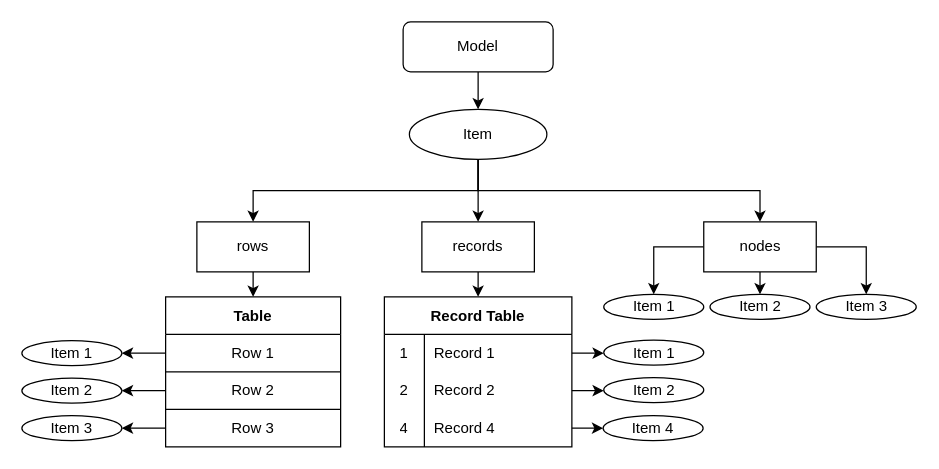
Earlier version of the draw.io diagram docs/drawio/model.drawio (SineStriker/AceTreeModel). Source tidied: cells renumbered, new cells numbered last; positions are measured from the earlier drawing's top-left corner, leaving out a move shared by most shapes. Both pictures are drawn from the tidied source at 125%, with x=0, y=0 at pixel (21, 21).
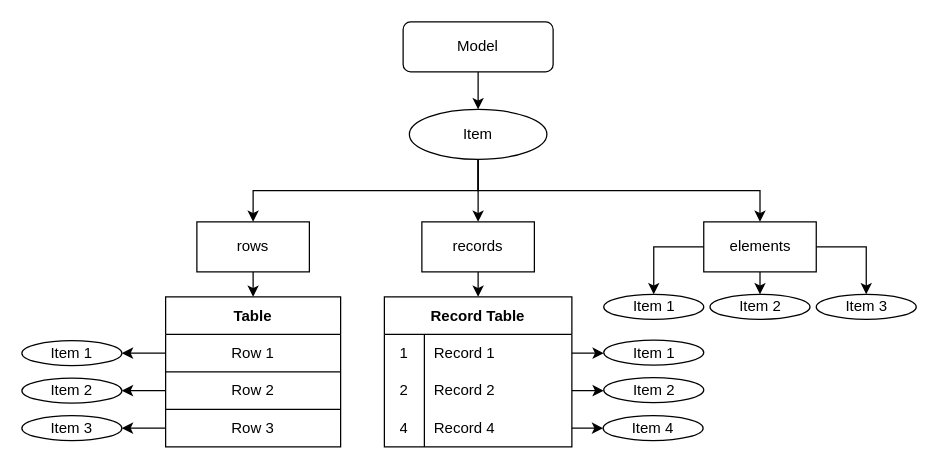
The same page after the edit.

Change to the diagram source:
```diff
@@
-    <mxCell id="15" value="nodes" style="whiteSpace=wrap;html=1;" parent="1" vertex="1">
+    <mxCell id="15" value="elements" style="whiteSpace=wrap;html=1;" parent="1" vertex="1">
       <mxGeometry x="545.5" y="160" width="90" height="40" as="geometry" />
     </mxCell>
```
